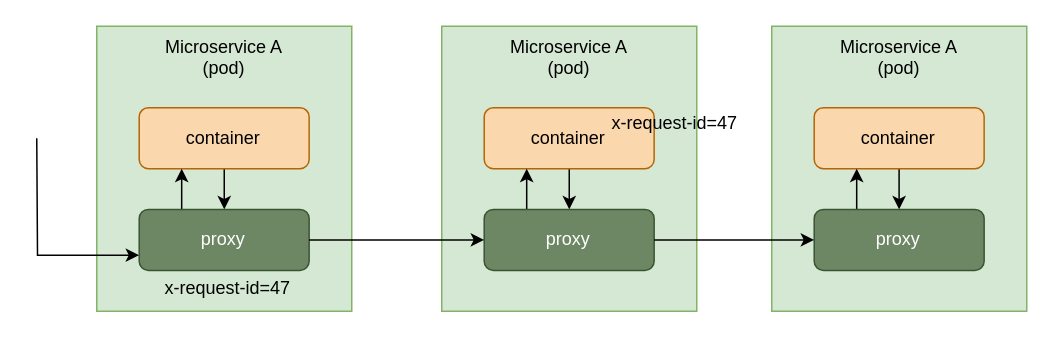
The draw.io diagram istio/assets/diagram.drawio in aditya109/learning-devops-tools, before the edit. Source tidied: cells renumbered, new cells numbered last; positions are measured from the earlier drawing's top-left corner, leaving out a move shared by most shapes. Both pictures are drawn from the tidied source at 150%, with x=0, y=0 at pixel (36, 26).
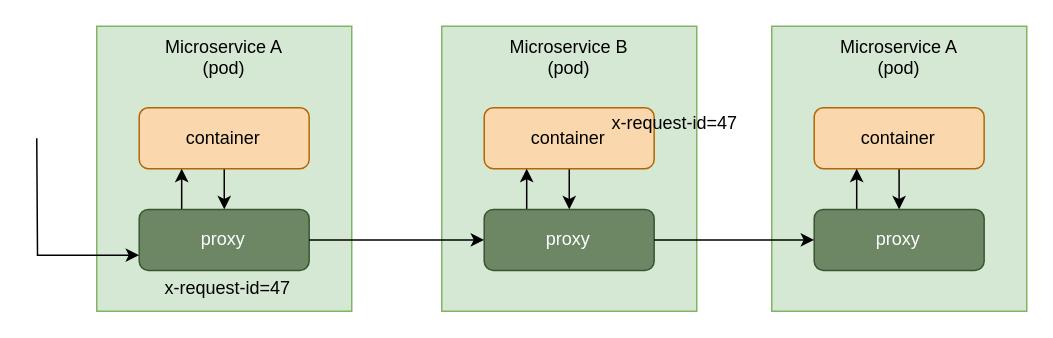
The same page after the edit.

Unchanged cells that the change refers to:
```xml
<mxCell id="9" style="group;" parent="1" vertex="1">
  <mxGeometry x="270" width="210" height="190" as="geometry" />
</mxCell>
```

The edit, as a diff of the source:
```diff
@@
-    <mxCell id="10" value="Microservice A&lt;br&gt;(pod)" style="rounded=0;whiteSpace=wrap;html=1;verticalAlign=top;fillColor=#d5e8d4;strokeColor=#82b366;" parent="9" vertex="1">
+    <mxCell id="10" value="Microservice B&lt;br&gt;(pod)" style="rounded=0;whiteSpace=wrap;html=1;verticalAlign=top;fillColor=#d5e8d4;strokeColor=#82b366;" parent="9" vertex="1">
       <mxGeometry width="170" height="190" as="geometry" />
     </mxCell>
```
